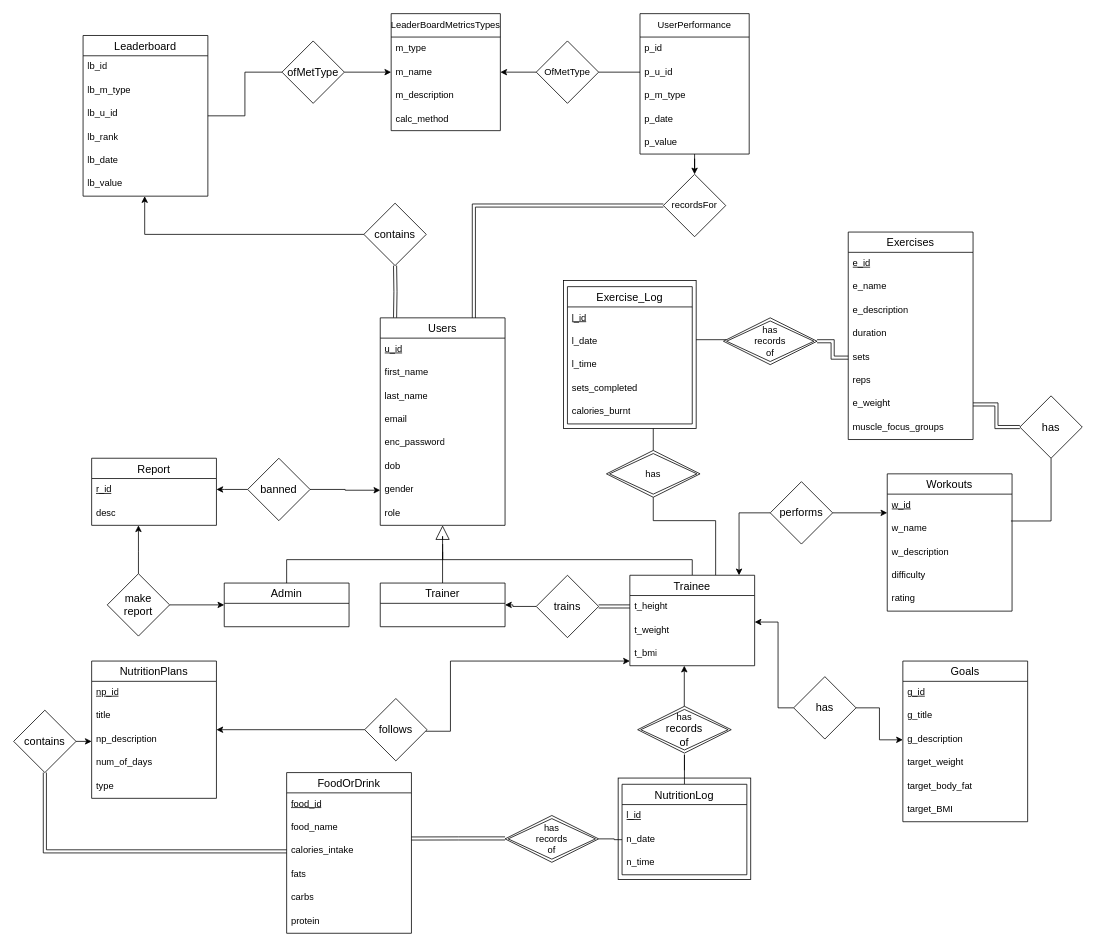
Before: ER-Diagram/er_diagram.drawio in SCORPIA2004/CS-353-Group-27, a draw.io diagram. Source tidied: cells renumbered, new cells numbered last; positions are measured from the earlier drawing's top-left corner, leaving out a move shared by most shapes. Both pictures are drawn from the tidied source at 78%, with x=0, y=0 at pixel (13, 13).
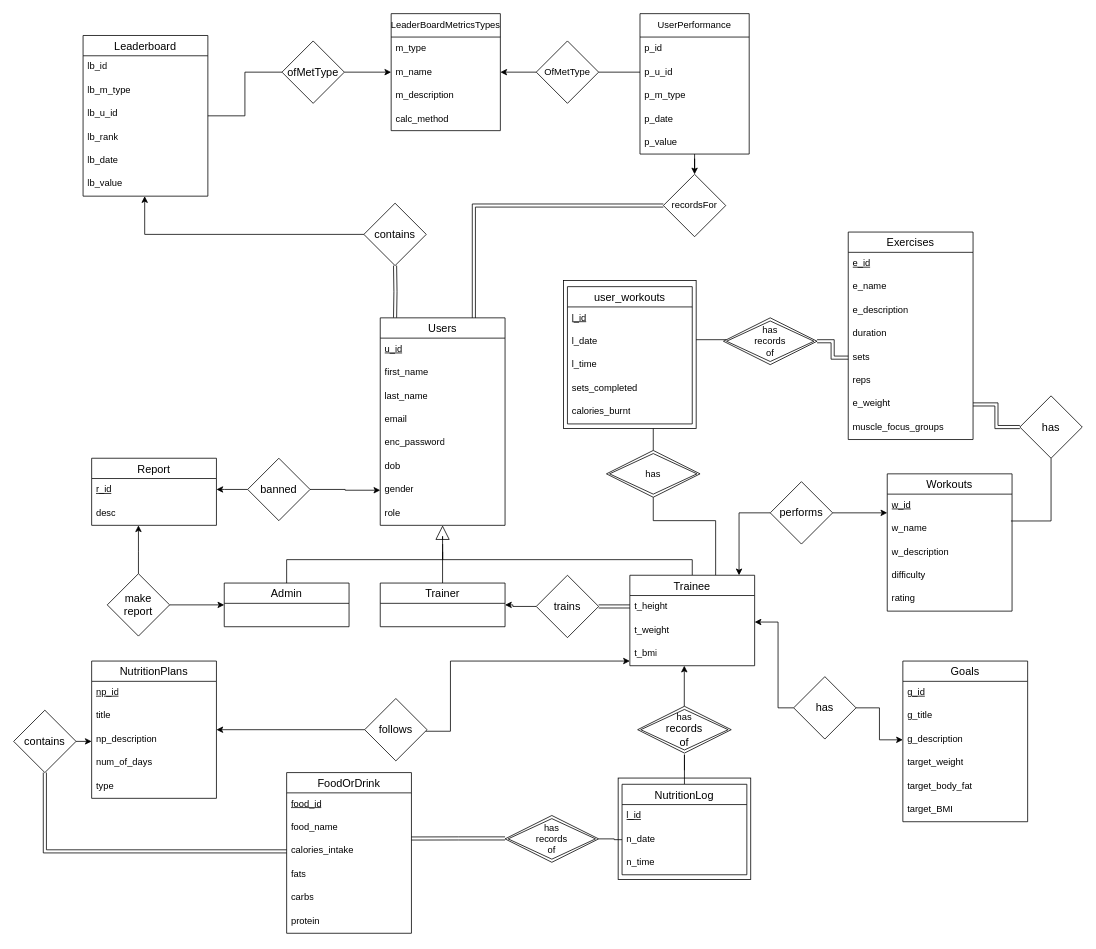
After the change.

The edit, as a diff of the source:
```diff
@@
-    <mxCell id="100" value="Exercise_Log" style="swimlane;fontStyle=0;horizontal=1;startSize=26;align=center;fontSize=14;" parent="1" vertex="1">
+    <mxCell id="100" value="user_workouts" style="swimlane;fontStyle=0;horizontal=1;startSize=26;align=center;fontSize=14;" parent="1" vertex="1">
       <mxGeometry x="710" y="350" width="160" height="176" as="geometry" />
     </mxCell>
```
